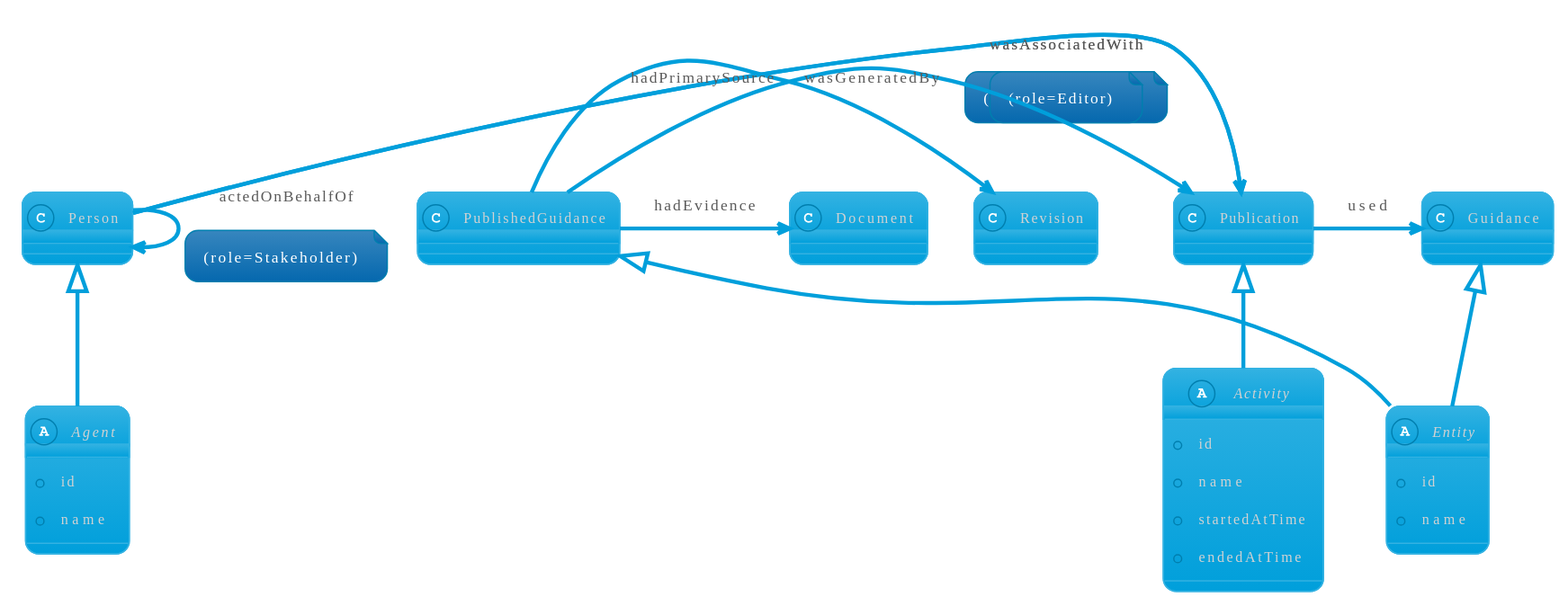
Earlier version of the PlantUML export docs/diagrams/out/publication_as_prov.svg (chronicleworks/chronicle). Its diagram source:
```plantuml
@startuml
!theme bluegray


abstract Agent {
+ id
+ name
}

abstract Activity {
+ id
+ name
+ startedAtTime
+ endedAtTime
}

abstract Entity {
+ id
+ name
}


Guidance <|-- Entity
PublishedGuidance <|-- Entity
Person <|-- Agent
Publication <|-- Activity


Person -> Publication: wasAssociatedWith
note on link: (role=Stakeholder)
Person -> Person: actedOnBehalfOf
note on link: (role=Stakeholder)
Person -> Publication: wasAssociatedWith
note on link: (role=Editor)
PublishedGuidance -> Revision: hadPrimarySource
Publication -> Guidance : used
PublishedGuidance -> Publication: wasGeneratedBy
PublishedGuidance -> Document: hadEvidence
@enduml
```
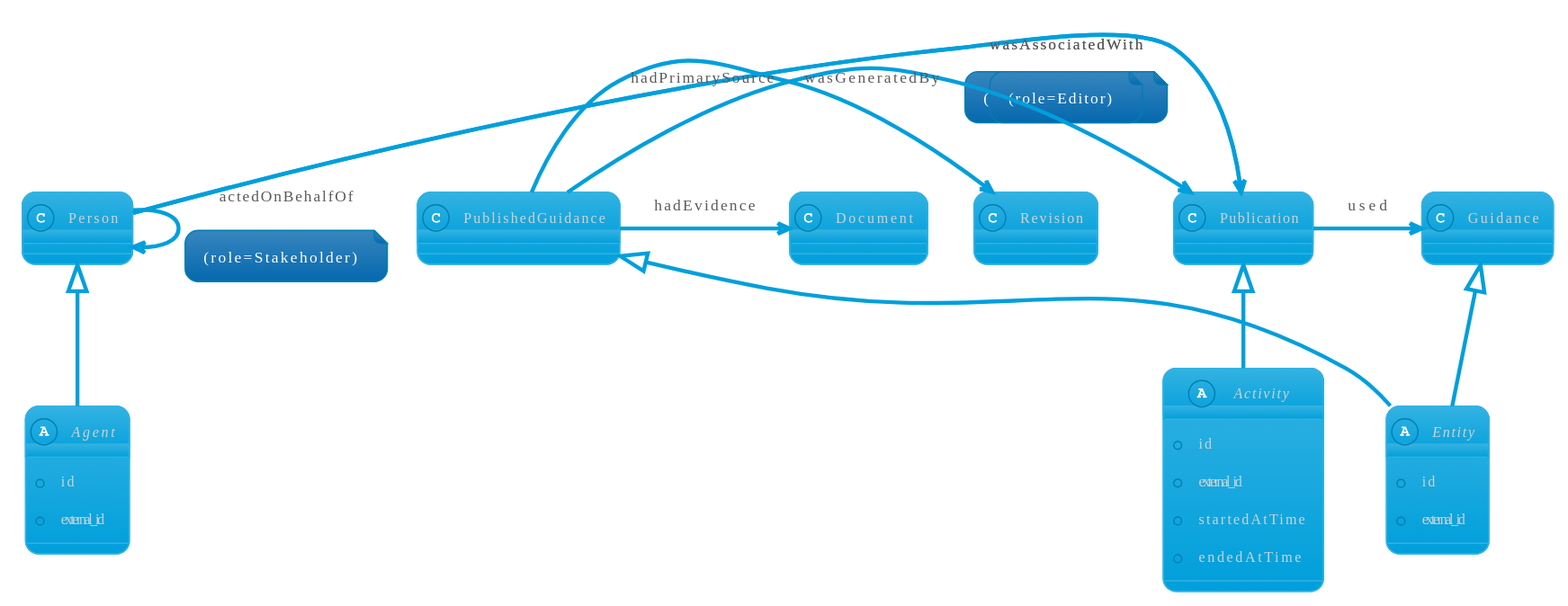
Above is the later version.

Change to the diagram source:
```diff
@@ -4,19 +4,19 @@
 
 abstract Agent {
 + id
-+ name
++ external_id
 }
 
 abstract Activity {
 + id
-+ name
++ external_id
 + startedAtTime
 + endedAtTime
 }
 
 abstract Entity {
 + id
-+ name
++ external_id
 }
 
 
```
